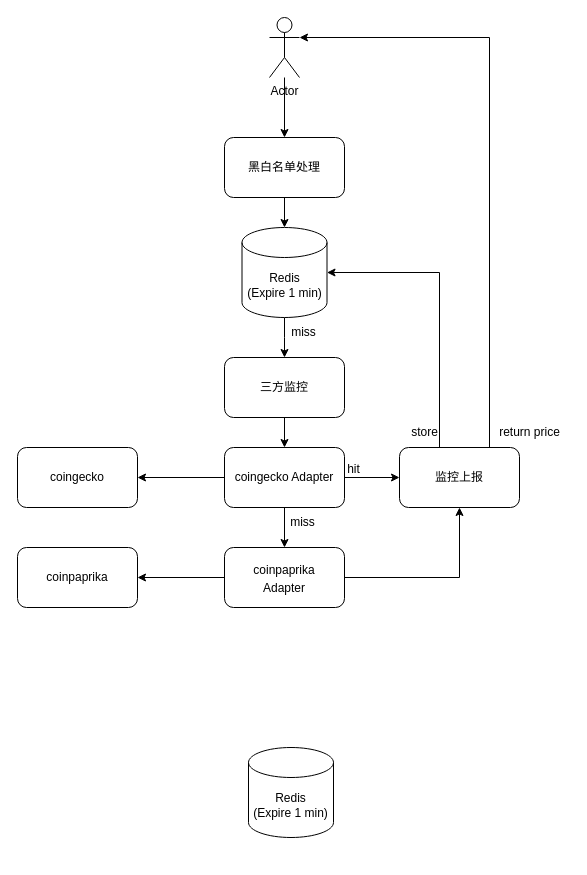
The draw.io diagram API.drawio in Adamlixi/adamblog.github.io, before the edit. Source tidied: cells renumbered, new cells numbered last; positions are measured from the earlier drawing's top-left corner, leaving out a move shared by most shapes. Both pictures are drawn from the tidied source at 100%, with x=0, y=0 at pixel (17, 17).
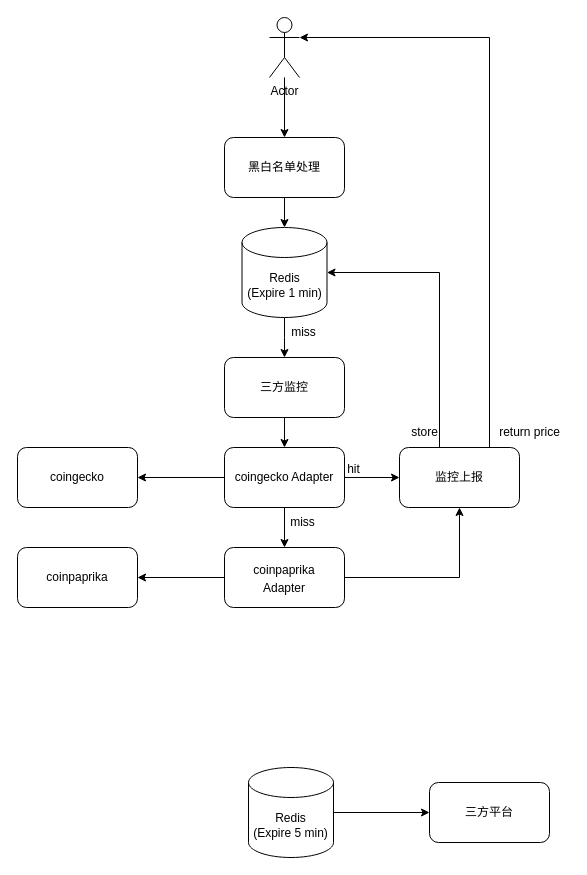
The same page after the edit.

Diff of the diagram source:
```diff
@@
+    <mxCell id="28" style="edgeStyle=orthogonalEdgeStyle;rounded=0;jettySize=auto;html=1;exitX=1;exitY=0.5;exitDx=0;exitDy=0;exitPerimeter=0;entryX=0;entryY=0.5;entryDx=0;entryDy=0;" parent="1" edge="1" source="27" target="29">
+      <mxGeometry relative="1" as="geometry" />
+    </mxCell>
-    <mxCell id="27" value="Redis&lt;br&gt;(Expire 1 min)" style="shape=cylinder3;whiteSpace=wrap;html=1;boundedLbl=1;backgroundOutline=1;size=15;" parent="1" vertex="1">
-      <mxGeometry x="231" y="730" width="85" height="90" as="geometry" />
+    <mxCell id="27" value="Redis&lt;br&gt;(Expire 5 min)" style="shape=cylinder3;whiteSpace=wrap;html=1;boundedLbl=1;backgroundOutline=1;size=15;" parent="1" vertex="1">
+      <mxGeometry x="231" y="750" width="85" height="90" as="geometry" />
     </mxCell>
+    <mxCell id="29" value="三方平台" style="rounded=1;whiteSpace=wrap;html=1;" parent="1" vertex="1">
+      <mxGeometry x="412" y="765" width="120" height="60" as="geometry" />
+    </mxCell>
```
